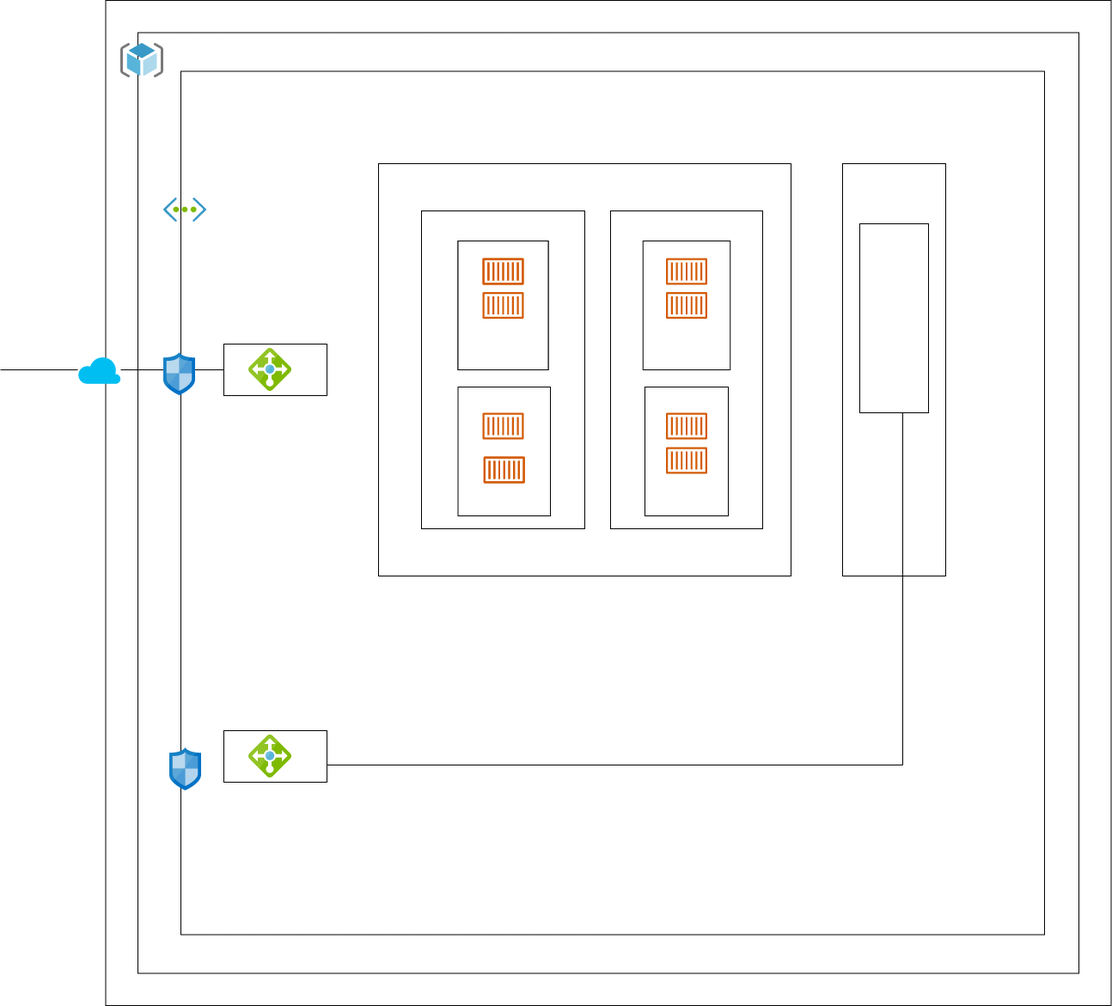
The draw.io diagram drawing/project-1.drawio.png in kgs01001101/Saravanan-Project1, before a commit. Source tidied: cells renumbered, new cells last; positions are measured from the earlier drawing's top-left corner, leaving out a move shared by most shapes.
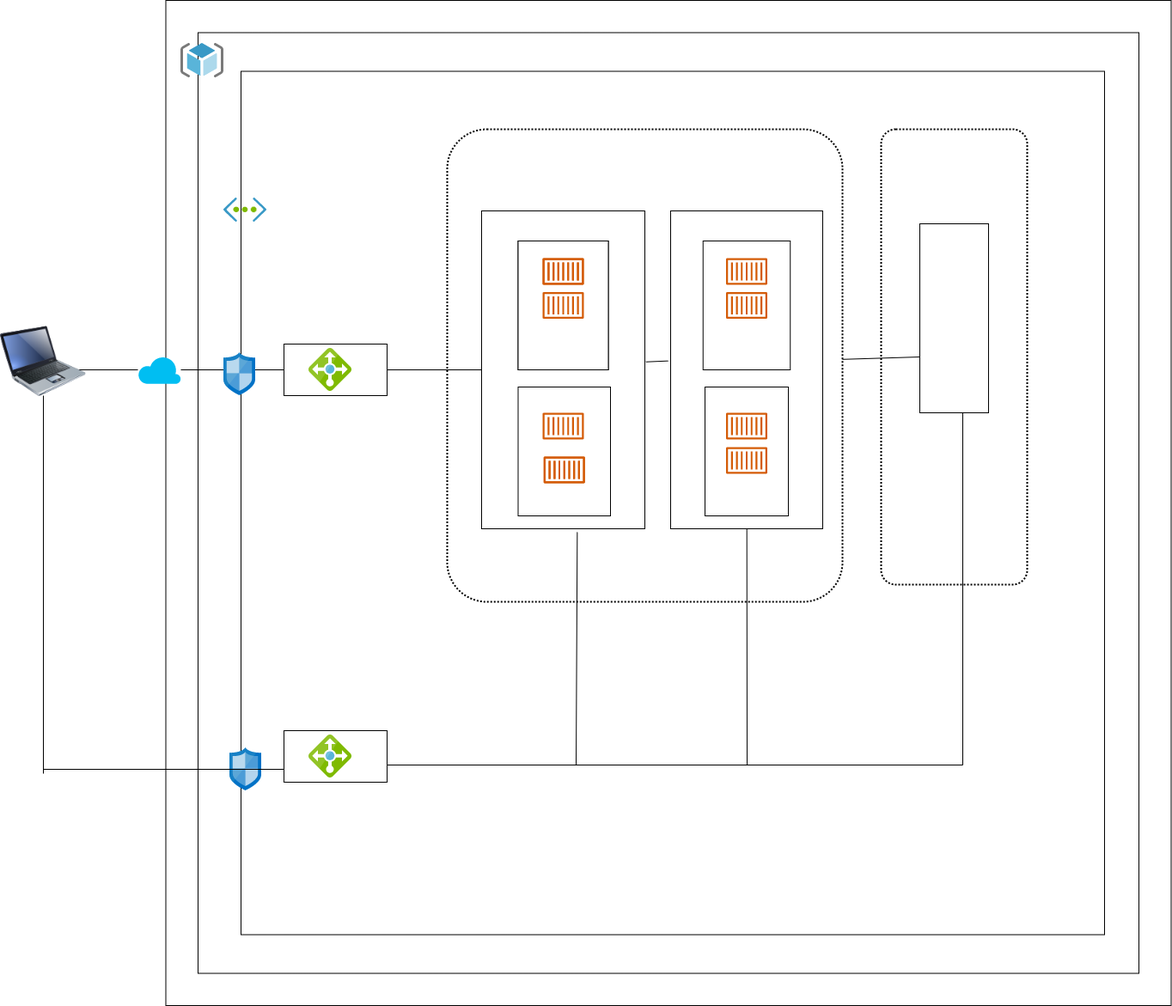
Later version of the same file.

The edit, as a diff of the source:
```diff
@@ -11,12 +11,6 @@
     <mxCell id="4" style="whiteSpace=wrap;html=1;" parent="1" vertex="1">
       <mxGeometry x="210" y="82.5" width="1005" height="1005" as="geometry" />
     </mxCell>
-    <mxCell id="5" style="whiteSpace=wrap;html=1;" parent="1" vertex="1">
-      <mxGeometry x="440" y="190" width="480" height="480" as="geometry" />
-    </mxCell>
-    <mxCell id="6" style="rounded=0;whiteSpace=wrap;html=1;" parent="1" vertex="1">
-      <mxGeometry x="980" y="190" width="120" height="480" as="geometry" />
-    </mxCell>
     <mxCell id="7" style="rounded=0;whiteSpace=wrap;html=1;" parent="1" vertex="1">
       <mxGeometry x="1000" y="260" width="80" height="220" as="geometry" />
     </mxCell>
@@ -115,5 +109,46 @@
     <mxCell id="36" style="sketch=0;fontColor=#232F3E;gradientColor=none;fillColor=#D45B07;strokeColor=none;dashed=0;verticalLabelPosition=bottom;verticalAlign=top;align=center;html=1;fontSize=12;fontStyle=0;shape=mxgraph.aws4.container_1;" parent="1" vertex="1">
       <mxGeometry x="774.5" y="520" width="48" height="31" as="geometry" />
     </mxCell>
+    <mxCell id="37" style="image;html=1;image=img/lib/clip_art/computers/Laptop_128x128.png;" parent="1" vertex="1">
+      <mxGeometry x="-70" y="370" width="100" height="100" as="geometry" />
+    </mxCell>
+    <mxCell id="38" style="endArrow=none;html=1;rounded=0;entryX=0;entryY=0.75;entryDx=0;entryDy=0;" parent="1" edge="1" target="9">
+      <mxGeometry relative="1" as="geometry">
+        <mxPoint x="-20" y="895" as="sourcePoint" />
+      </mxGeometry>
+    </mxCell>
+    <mxCell id="39" style="endArrow=none;html=1;rounded=0;" parent="1" edge="1">
+      <mxGeometry relative="1" as="geometry">
+        <mxPoint x="-20" y="900" as="sourcePoint" />
+        <mxPoint x="-20" y="460" as="targetPoint" />
+      </mxGeometry>
+    </mxCell>
+    <mxCell id="40" style="endArrow=none;html=1;rounded=0;entryX=0.586;entryY=1.011;entryDx=0;entryDy=0;entryPerimeter=0;" parent="1" edge="1" target="11">
+      <mxGeometry relative="1" as="geometry">
+        <mxPoint x="600" y="890" as="sourcePoint" />
+      </mxGeometry>
+    </mxCell>
+    <mxCell id="41" style="endArrow=none;html=1;rounded=0;" parent="1" edge="1" target="12">
+      <mxGeometry relative="1" as="geometry">
+        <mxPoint x="799" y="890" as="sourcePoint" />
+      </mxGeometry>
+    </mxCell>
+    <mxCell id="42" style="endArrow=none;html=1;rounded=0;exitX=1;exitY=0.5;exitDx=0;exitDy=0;entryX=0;entryY=0.5;entryDx=0;entryDy=0;" parent="1" edge="1" source="8" target="11">
+      <mxGeometry relative="1" as="geometry" />
+    </mxCell>
+    <mxCell id="43" style="endArrow=none;html=1;rounded=0;entryX=-0.017;entryY=0.472;entryDx=0;entryDy=0;entryPerimeter=0;exitX=1.007;exitY=0.475;exitDx=0;exitDy=0;exitPerimeter=0;" parent="1" edge="1" source="11" target="12">
+      <mxGeometry relative="1" as="geometry" />
+    </mxCell>
+    <mxCell id="44" style="rounded=1;arcSize=10;dashed=1;fillColor=none;gradientColor=none;dashPattern=1 1;strokeWidth=2;" parent="1" vertex="1">
+      <mxGeometry x="450" y="150" width="460" height="550" as="geometry" />
+    </mxCell>
+    <mxCell id="45" style="rounded=1;arcSize=10;dashed=1;fillColor=none;gradientColor=none;dashPattern=1 1;strokeWidth=2;" parent="1" vertex="1">
+      <mxGeometry x="955" y="150" width="170" height="530" as="geometry" />
+    </mxCell>
+    <mxCell id="46" style="endArrow=none;html=1;rounded=0;" parent="1" edge="1" source="44">
+      <mxGeometry relative="1" as="geometry">
+        <mxPoint x="1000" y="415" as="targetPoint" />
+      </mxGeometry>
+    </mxCell>
   </root>
 </mxGraphModel>
```
